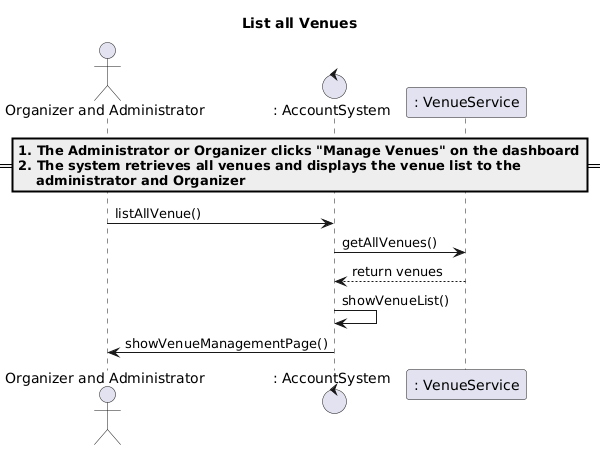
Above: 02-analysis/usecases/images/15-list-venues.png in mrle0429/Event-Management-System (PlantUML), before the change. Source of this version:
```plantuml
@startuml
title List all Venues

actor "Organizer and Administrator" as admin
control ": AccountSystem" as accountSys
participant ": VenueService" as venueServ

== 1. The Administrator or Organizer clicks "Manage Venues" on the dashboard\n2. The system retrieves all venues and displays the venue list to the\n    administrator and Organizer ==
admin -> accountSys: listAllVenue()

accountSys -> venueServ: getAllVenues()
venueServ --> accountSys: return venues

accountSys -> accountSys: showVenueList()


accountSys -> admin: showVenueManagementPage()
@enduml
```
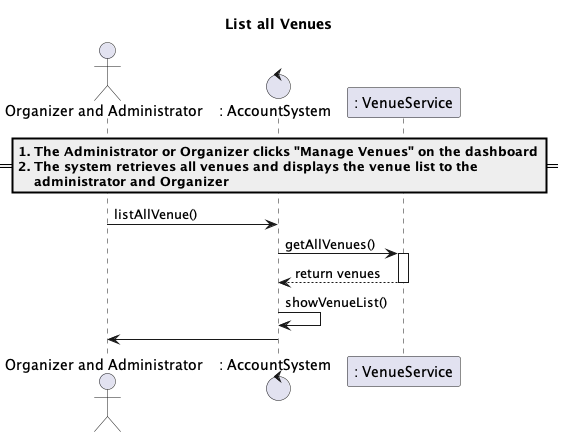
After the change.

Diff of the diagram source:
```diff
@@ -9,10 +9,11 @@
 admin -> accountSys: listAllVenue()
 
 accountSys -> venueServ: getAllVenues()
+activate venueServ
 venueServ --> accountSys: return venues
-
+deactivate venueServ
 accountSys -> accountSys: showVenueList()
 
 
-accountSys -> admin: showVenueManagementPage()
+accountSys -> admin:
 @enduml
```
